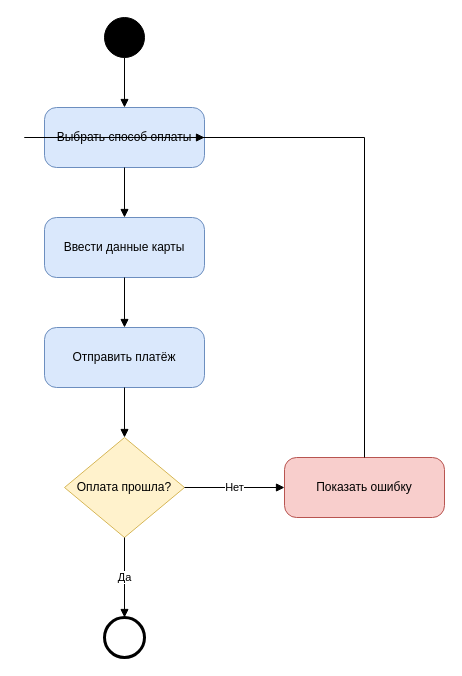
The draw.io diagram lab1/diagrams/activity.drawio in merxsai/visual-programming-labs-gavrilovets, before the edit. Source tidied: cells renumbered, new cells numbered last; positions are measured from the earlier drawing's top-left corner, leaving out a move shared by most shapes. Both pictures are drawn from the tidied source at 100%, with x=0, y=0 at pixel (24, 17).
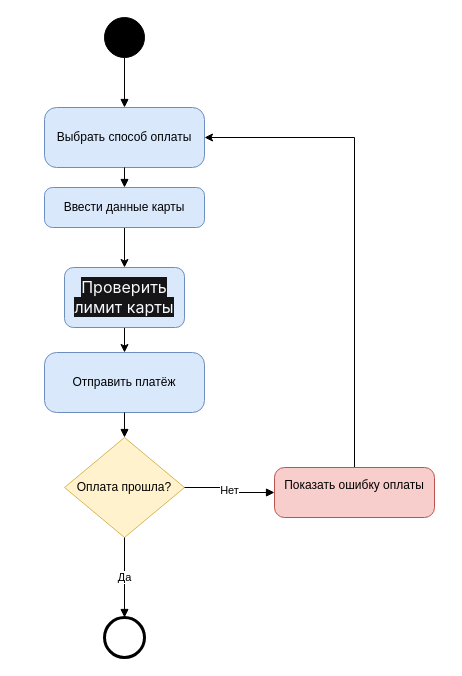
The same diagram, later.

Commit message (it also covers changes not shown here):
Update UML Activity: add minor element

Diff of the diagram source:
```diff
@@
 <mxGraphModel>
   <root>
     <mxCell id="0" />
     <mxCell id="1" parent="0" />
     <mxCell id="2" style="ellipse;whiteSpace=wrap;html=1;fillColor=#000000;strokeColor=#000000;" parent="1" vertex="1">
       <mxGeometry x="80" width="40" height="40" as="geometry" />
     </mxCell>
     <mxCell id="3" value="Выбрать способ оплаты" style="rounded=1;whiteSpace=wrap;html=1;arcSize=20;fillColor=#dae8fc;strokeColor=#6c8ebf;" parent="1" vertex="1">
       <mxGeometry x="20" y="90" width="160" height="60" as="geometry" />
     </mxCell>
+    <mxCell id="16" style="edgeStyle=orthogonalEdgeStyle;rounded=0;jettySize=auto;html=1;defaultLabelBackgroundColor=page;" parent="1" edge="1" source="4" target="18">
+      <mxGeometry relative="1" as="geometry" />
+    </mxCell>
     <mxCell id="4" value="Ввести данные карты" style="rounded=1;whiteSpace=wrap;html=1;arcSize=20;fillColor=#dae8fc;strokeColor=#6c8ebf;" parent="1" vertex="1">
-      <mxGeometry x="20" y="200" width="160" height="60" as="geometry" />
+      <mxGeometry x="20" y="170" width="160" height="40" as="geometry" />
     </mxCell>
     <mxCell id="5" value="Отправить платёж" style="rounded=1;whiteSpace=wrap;html=1;arcSize=20;fillColor=#dae8fc;strokeColor=#6c8ebf;" parent="1" vertex="1">
-      <mxGeometry x="20" y="310" width="160" height="60" as="geometry" />
+      <mxGeometry x="20" y="335" width="160" height="60" as="geometry" />
     </mxCell>
     <mxCell id="6" value="Оплата прошла?" style="rhombus;whiteSpace=wrap;html=1;fillColor=#fff2cc;strokeColor=#d6b656;" parent="1" vertex="1">
       <mxGeometry x="40" y="420" width="120" height="100" as="geometry" />
     </mxCell>
+    <mxCell id="15" style="edgeStyle=orthogonalEdgeStyle;rounded=0;jettySize=auto;html=1;defaultLabelBackgroundColor=page;entryX=1;entryY=0.5;entryDx=0;entryDy=0;" parent="1" edge="1" source="7" target="3">
+      <mxGeometry relative="1" as="geometry">
+        <Array as="points">
+          <mxPoint x="330" y="120" />
+        </Array>
+      </mxGeometry>
+    </mxCell>
-    <mxCell id="7" value="Показать ошибку" style="rounded=1;whiteSpace=wrap;html=1;arcSize=20;fillColor=#f8cecc;strokeColor=#b85450;" parent="1" vertex="1">
-      <mxGeometry x="260" y="440" width="160" height="60" as="geometry" />
+    <mxCell id="7" value="Показать ошибку оплаты&lt;div&gt;&lt;br&gt;&lt;/div&gt;" style="rounded=1;whiteSpace=wrap;html=1;arcSize=20;fillColor=#f8cecc;strokeColor=#b85450;" parent="1" vertex="1">
+      <mxGeometry x="250" y="450" width="160" height="50" as="geometry" />
     </mxCell>
     <mxCell id="8" style="ellipse;whiteSpace=wrap;html=1;fillColor=#ffffff;strokeColor=#000000;strokeWidth=3;" parent="1" vertex="1">
       <mxGeometry x="80" y="600" width="40" height="40" as="geometry" />
     </mxCell>
     <mxCell id="9" style="edgeStyle=orthogonalEdgeStyle;rounded=0;html=1;endArrow=block;endFill=1;" parent="1" edge="1" source="2" target="3">
       <mxGeometry relative="1" as="geometry" />
     </mxCell>
     <mxCell id="10" style="edgeStyle=orthogonalEdgeStyle;rounded=0;html=1;endArrow=block;endFill=1;" parent="1" edge="1" source="3" target="4">
       <mxGeometry relative="1" as="geometry" />
     </mxCell>
-    <mxCell id="11" style="edgeStyle=orthogonalEdgeStyle;rounded=0;html=1;endArrow=block;endFill=1;" parent="1" edge="1" source="4" target="5">
-      <mxGeometry relative="1" as="geometry" />
-    </mxCell>
     <mxCell id="12" style="edgeStyle=orthogonalEdgeStyle;rounded=0;html=1;endArrow=block;endFill=1;" parent="1" edge="1" source="5" target="6">
       <mxGeometry relative="1" as="geometry" />
     </mxCell>
     <mxCell id="13" value="Да" style="edgeStyle=orthogonalEdgeStyle;rounded=0;html=1;endArrow=block;endFill=1;" parent="1" edge="1" source="6" target="8">
       <mxGeometry relative="1" as="geometry" />
     </mxCell>
     <mxCell id="14" value="Нет" style="edgeStyle=orthogonalEdgeStyle;rounded=0;html=1;endArrow=block;endFill=1;" parent="1" edge="1" source="6" target="7">
       <mxGeometry relative="1" as="geometry" />
     </mxCell>
-    <mxCell id="15" style="edgeStyle=orthogonalEdgeStyle;rounded=0;html=1;endArrow=block;endFill=1;exitX=0.5;exitY=0;exitDx=0;exitDy=0;entryX=1;entryY=0.5;entryDx=0;entryDy=0;" parent="1" edge="1" source="7" target="3">
-      <mxGeometry relative="1" as="geometry">
-        <Array as="points">
-          <mxPoint x="340" y="120" />
-          <mxPoint y="120" />
-        </Array>
-      </mxGeometry>
-    </mxCell>
+    <mxCell id="17" style="edgeStyle=orthogonalEdgeStyle;rounded=0;jettySize=auto;html=1;entryX=0.5;entryY=0;entryDx=0;entryDy=0;defaultLabelBackgroundColor=page;" parent="1" edge="1" source="18" target="5">
+      <mxGeometry relative="1" as="geometry" />
+    </mxCell>
+    <mxCell id="18" value="&lt;span style=&quot;color: rgb(249, 250, 251); font-family: quote-cjk-patch, Inter, system-ui, -apple-system, BlinkMacSystemFont, &amp;quot;Segoe UI&amp;quot;, Roboto, Oxygen, Ubuntu, Cantarell, &amp;quot;Open Sans&amp;quot;, &amp;quot;Helvetica Neue&amp;quot;, sans-serif; font-size: 16px; text-align: start; background-color: rgb(21, 21, 23);&quot;&gt;Проверить лимит карты&lt;/span&gt;" style="rounded=1;whiteSpace=wrap;html=1;roundedPerimeter=1;fillColor=#dae8fc;strokeColor=#6c8ebf;" parent="1" vertex="1">
+      <mxGeometry x="40" y="250" width="120" height="60" as="geometry" />
+    </mxCell>
   </root>
 </mxGraphModel>
```
